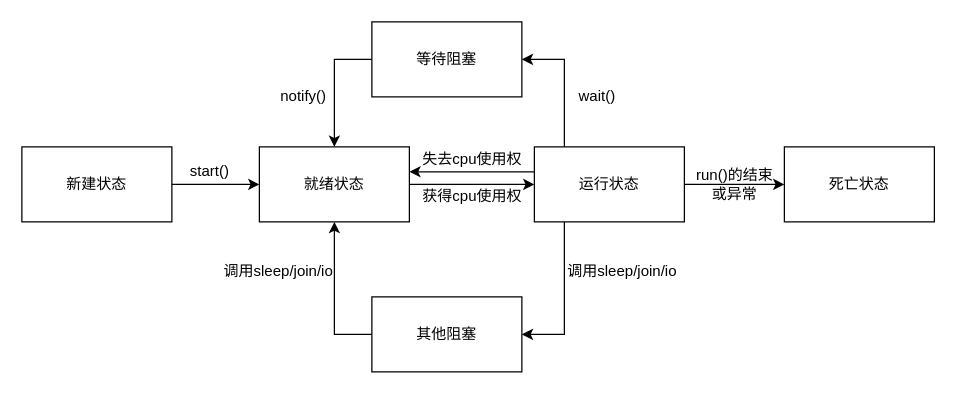
This is thread.drawio from CNovelist/makegraph, a draw.io file, before an edit. Source tidied: cells renumbered, new cells numbered last; positions are measured from the earlier drawing's top-left corner, leaving out a move shared by most shapes. Both pictures are drawn from the tidied source at 125%, with x=0, y=0 at pixel (21, 21).
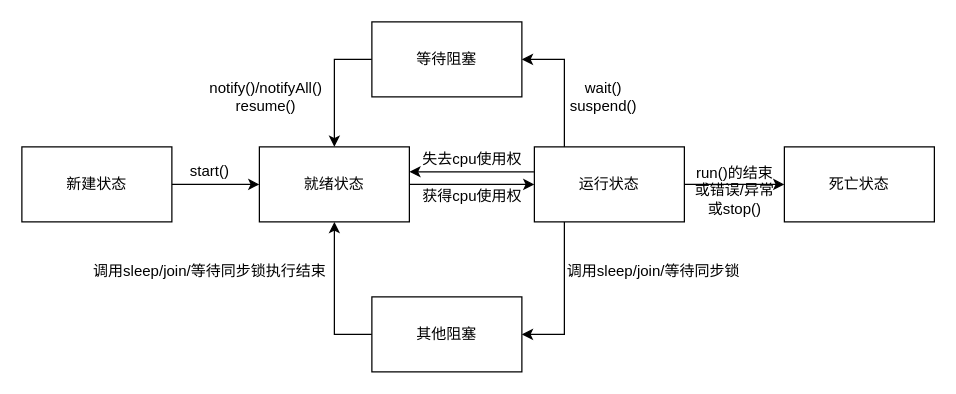
Above is the later version.

The edit, as a diff of the source:
```diff
@@
-    <mxCell id="17" value="notify()" style="text;html=1;align=center;verticalAlign=middle;fillColor=none;strokeColor=none;rounded=0;" parent="1" vertex="1">
-      <mxGeometry x="200" y="50" width="50" height="20" as="geometry" />
+    <mxCell id="17" value="notify()/notifyAll()&lt;br&gt;resume()" style="text;html=1;align=center;verticalAlign=middle;fillColor=none;strokeColor=none;rounded=0;" parent="1" vertex="1">
+      <mxGeometry x="140" y="45" width="110" height="30" as="geometry" />
     </mxCell>
-    <mxCell id="18" value="wait()" style="text;html=1;align=center;verticalAlign=middle;fillColor=none;strokeColor=none;rounded=0;" parent="1" vertex="1">
-      <mxGeometry x="440" y="50" width="40" height="20" as="geometry" />
+    <mxCell id="18" value="wait()&lt;br&gt;suspend()" style="text;html=1;align=center;verticalAlign=middle;fillColor=none;strokeColor=none;rounded=0;" parent="1" vertex="1">
+      <mxGeometry x="430" y="45" width="70" height="30" as="geometry" />
     </mxCell>
@@
-    <mxCell id="21" value="run()的结束&lt;br&gt;或异常" style="text;html=1;align=center;verticalAlign=middle;fillColor=none;strokeColor=none;rounded=0;" parent="1" vertex="1">
-      <mxGeometry x="530" y="115" width="80" height="30" as="geometry" />
+    <mxCell id="21" value="run()的结束&lt;br&gt;或错误/异常&lt;br&gt;或stop()" style="text;html=1;align=center;verticalAlign=middle;fillColor=none;strokeColor=none;rounded=0;" parent="1" vertex="1">
+      <mxGeometry x="530" y="110" width="80" height="50" as="geometry" />
     </mxCell>
-    <mxCell id="22" value="调用sleep/join/io" style="text;html=1;align=center;verticalAlign=middle;fillColor=none;strokeColor=none;rounded=0;" parent="1" vertex="1">
-      <mxGeometry x="155" y="190" width="100" height="20" as="geometry" />
+    <mxCell id="22" value="调用sleep/join/等待同步锁执行结束" style="text;html=1;align=center;verticalAlign=middle;fillColor=none;strokeColor=none;rounded=0;" parent="1" vertex="1">
+      <mxGeometry x="50" y="190" width="200" height="20" as="geometry" />
     </mxCell>
-    <mxCell id="23" value="调用sleep/join/io" style="text;html=1;align=center;verticalAlign=middle;fillColor=none;strokeColor=none;rounded=0;" parent="1" vertex="1">
-      <mxGeometry x="430" y="190" width="100" height="20" as="geometry" />
-    </mxCell>
+    <mxCell id="24" value="调用sleep/join/等待同步锁" style="text;html=1;align=center;verticalAlign=middle;fillColor=none;strokeColor=none;rounded=0;" parent="1" vertex="1">
+      <mxGeometry x="430" y="190" width="150" height="20" as="geometry" />
+    </mxCell>
```
